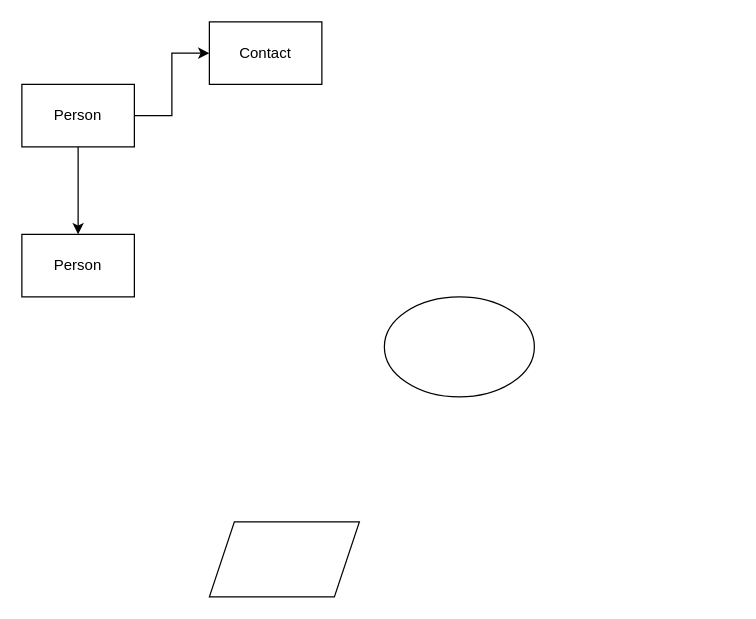
sean-gits-py/sql_dimension_tables keeps this draw.io diagram as data_models/edw.drawio. Above is the earlier version. Source tidied: cells renumbered, new cells numbered last; positions are measured from the earlier drawing's top-left corner, leaving out a move shared by most shapes. Both pictures are drawn from the tidied source at 125%, with x=0, y=0 at pixel (21, 21).
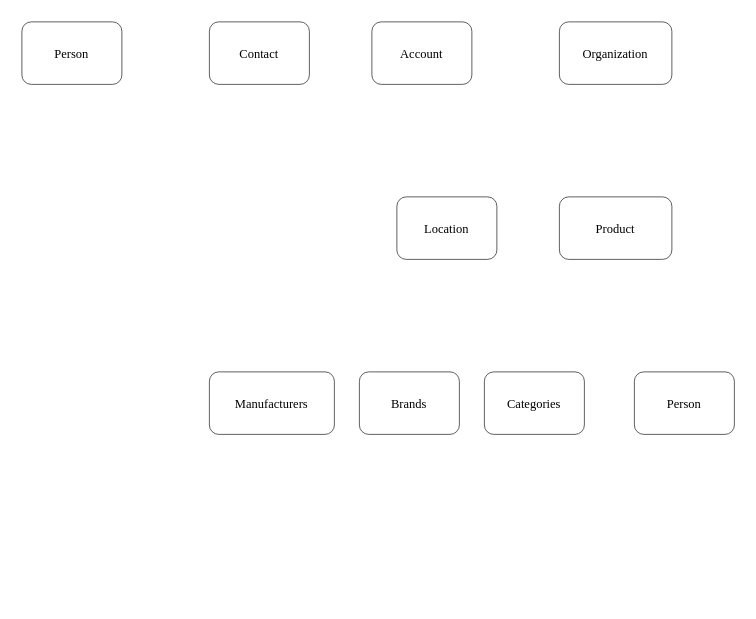
The same page after the edit.

The edit, as a diff of the source:
```diff
@@
 <mxGraphModel>
   <root>
     <mxCell id="0" />
     <mxCell id="1" parent="0" />
-    <mxCell id="2" style="edgeStyle=orthogonalEdgeStyle;rounded=0;jettySize=auto;html=1;" parent="1" edge="1" source="4" target="7">
-      <mxGeometry relative="1" as="geometry" />
-    </mxCell>
-    <mxCell id="3" style="edgeStyle=orthogonalEdgeStyle;rounded=0;jettySize=auto;html=1;" parent="1" edge="1" source="4" target="8">
-      <mxGeometry relative="1" as="geometry" />
-    </mxCell>
-    <mxCell id="4" value="Person" style="rounded=0;whiteSpace=wrap;html=1;" parent="1" vertex="1">
-      <mxGeometry y="50" width="90" height="50" as="geometry" />
-    </mxCell>
-    <mxCell id="5" style="ellipse;whiteSpace=wrap;html=1;" parent="1" vertex="1">
-      <mxGeometry x="290" y="220" width="120" height="80" as="geometry" />
-    </mxCell>
-    <mxCell id="6" style="shape=parallelogram;perimeter=parallelogramPerimeter;whiteSpace=wrap;html=1;fixedSize=1;" parent="1" vertex="1">
-      <mxGeometry x="150" y="400" width="120" height="60" as="geometry" />
-    </mxCell>
+    <mxCell id="9" value="Product" style="rounded=1;whiteSpace=wrap;html=1;strokeWidth=0.5;fontStyle=0;fontSize=10;fontFamily=Times New Roman;" parent="1" vertex="1">
+      <mxGeometry x="430" y="140" width="90" height="50" as="geometry" />
+    </mxCell>
+    <mxCell id="10" value="Organization" style="rounded=1;whiteSpace=wrap;html=1;strokeWidth=0.5;fontStyle=0;fontSize=10;fontFamily=Times New Roman;" parent="1" vertex="1">
+      <mxGeometry x="430" width="90" height="50" as="geometry" />
+    </mxCell>
+    <mxCell id="11" value="Person" style="rounded=1;whiteSpace=wrap;html=1;strokeWidth=0.5;fontStyle=0;fontSize=10;fontFamily=Times New Roman;" parent="1" vertex="1">
+      <mxGeometry width="80" height="50" as="geometry" />
+    </mxCell>
-    <mxCell id="7" value="Contact" style="rounded=0;whiteSpace=wrap;html=1;" parent="1" vertex="1">
-      <mxGeometry x="150" width="90" height="50" as="geometry" />
+    <mxCell id="7" value="Contact" style="rounded=1;whiteSpace=wrap;html=1;strokeWidth=0.5;fontStyle=0;fontSize=10;fontFamily=Times New Roman;" parent="1" vertex="1">
+      <mxGeometry x="150" width="80" height="50" as="geometry" />
     </mxCell>
-    <mxCell id="8" value="Person" style="rounded=0;whiteSpace=wrap;html=1;" parent="1" vertex="1">
-      <mxGeometry y="170" width="90" height="50" as="geometry" />
-    </mxCell>
+    <mxCell id="12" value="Account" style="rounded=1;whiteSpace=wrap;html=1;strokeWidth=0.5;fontStyle=0;fontSize=10;fontFamily=Times New Roman;" parent="1" vertex="1">
+      <mxGeometry x="280" width="80" height="50" as="geometry" />
+    </mxCell>
+    <mxCell id="13" value="Location" style="rounded=1;whiteSpace=wrap;html=1;strokeWidth=0.5;fontStyle=0;fontSize=10;fontFamily=Times New Roman;" parent="1" vertex="1">
+      <mxGeometry x="300" y="140" width="80" height="50" as="geometry" />
+    </mxCell>
+    <mxCell id="14" value="Person" style="rounded=1;whiteSpace=wrap;html=1;strokeWidth=0.5;fontStyle=0;fontSize=10;fontFamily=Times New Roman;" parent="1" vertex="1">
+      <mxGeometry x="490" y="280" width="80" height="50" as="geometry" />
+    </mxCell>
+    <mxCell id="15" value="Categories" style="rounded=1;whiteSpace=wrap;html=1;strokeWidth=0.5;fontStyle=0;fontSize=10;fontFamily=Times New Roman;" parent="1" vertex="1">
+      <mxGeometry x="370" y="280" width="80" height="50" as="geometry" />
+    </mxCell>
+    <mxCell id="16" value="Brands" style="rounded=1;whiteSpace=wrap;html=1;strokeWidth=0.5;fontStyle=0;fontSize=10;fontFamily=Times New Roman;" parent="1" vertex="1">
+      <mxGeometry x="270" y="280" width="80" height="50" as="geometry" />
+    </mxCell>
+    <mxCell id="17" value="Manufacturers" style="rounded=1;whiteSpace=wrap;html=1;strokeWidth=0.5;fontStyle=0;fontSize=10;fontFamily=Times New Roman;" parent="1" vertex="1">
+      <mxGeometry x="150" y="280" width="100" height="50" as="geometry" />
+    </mxCell>
   </root>
 </mxGraphModel>
```
